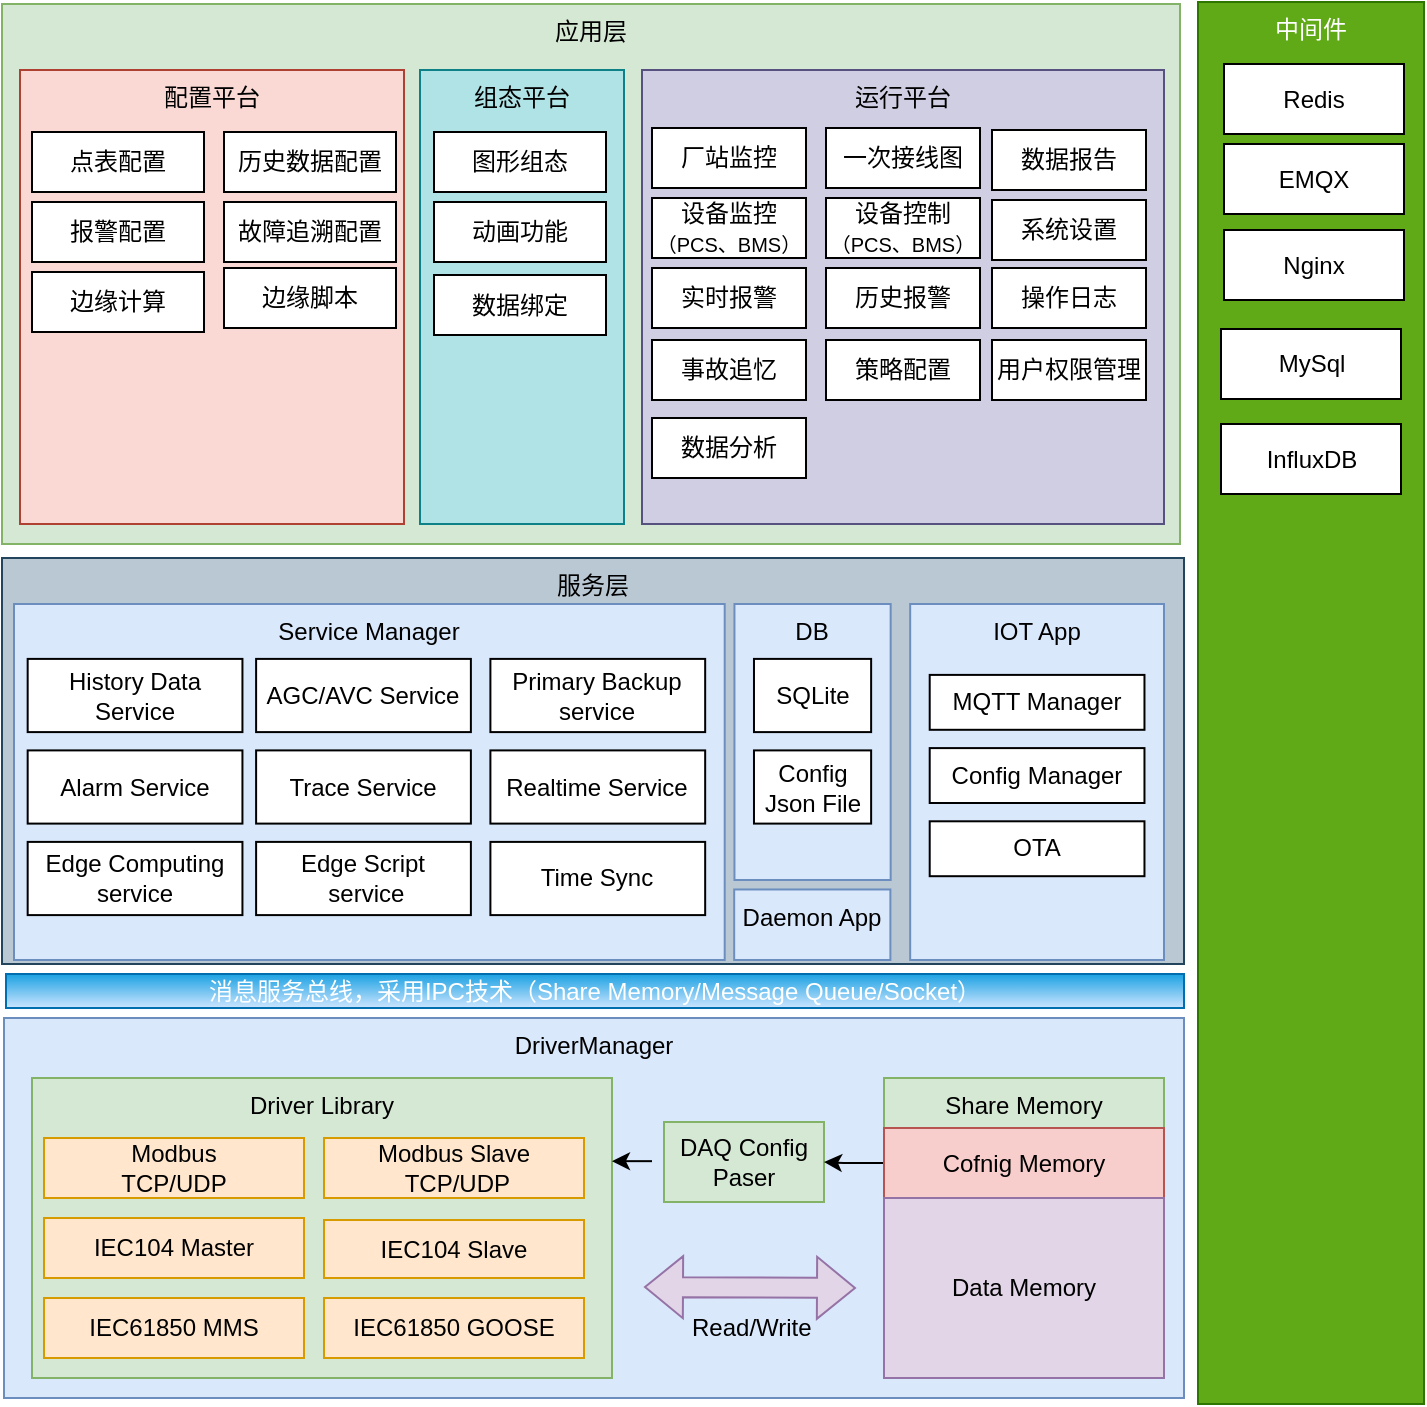
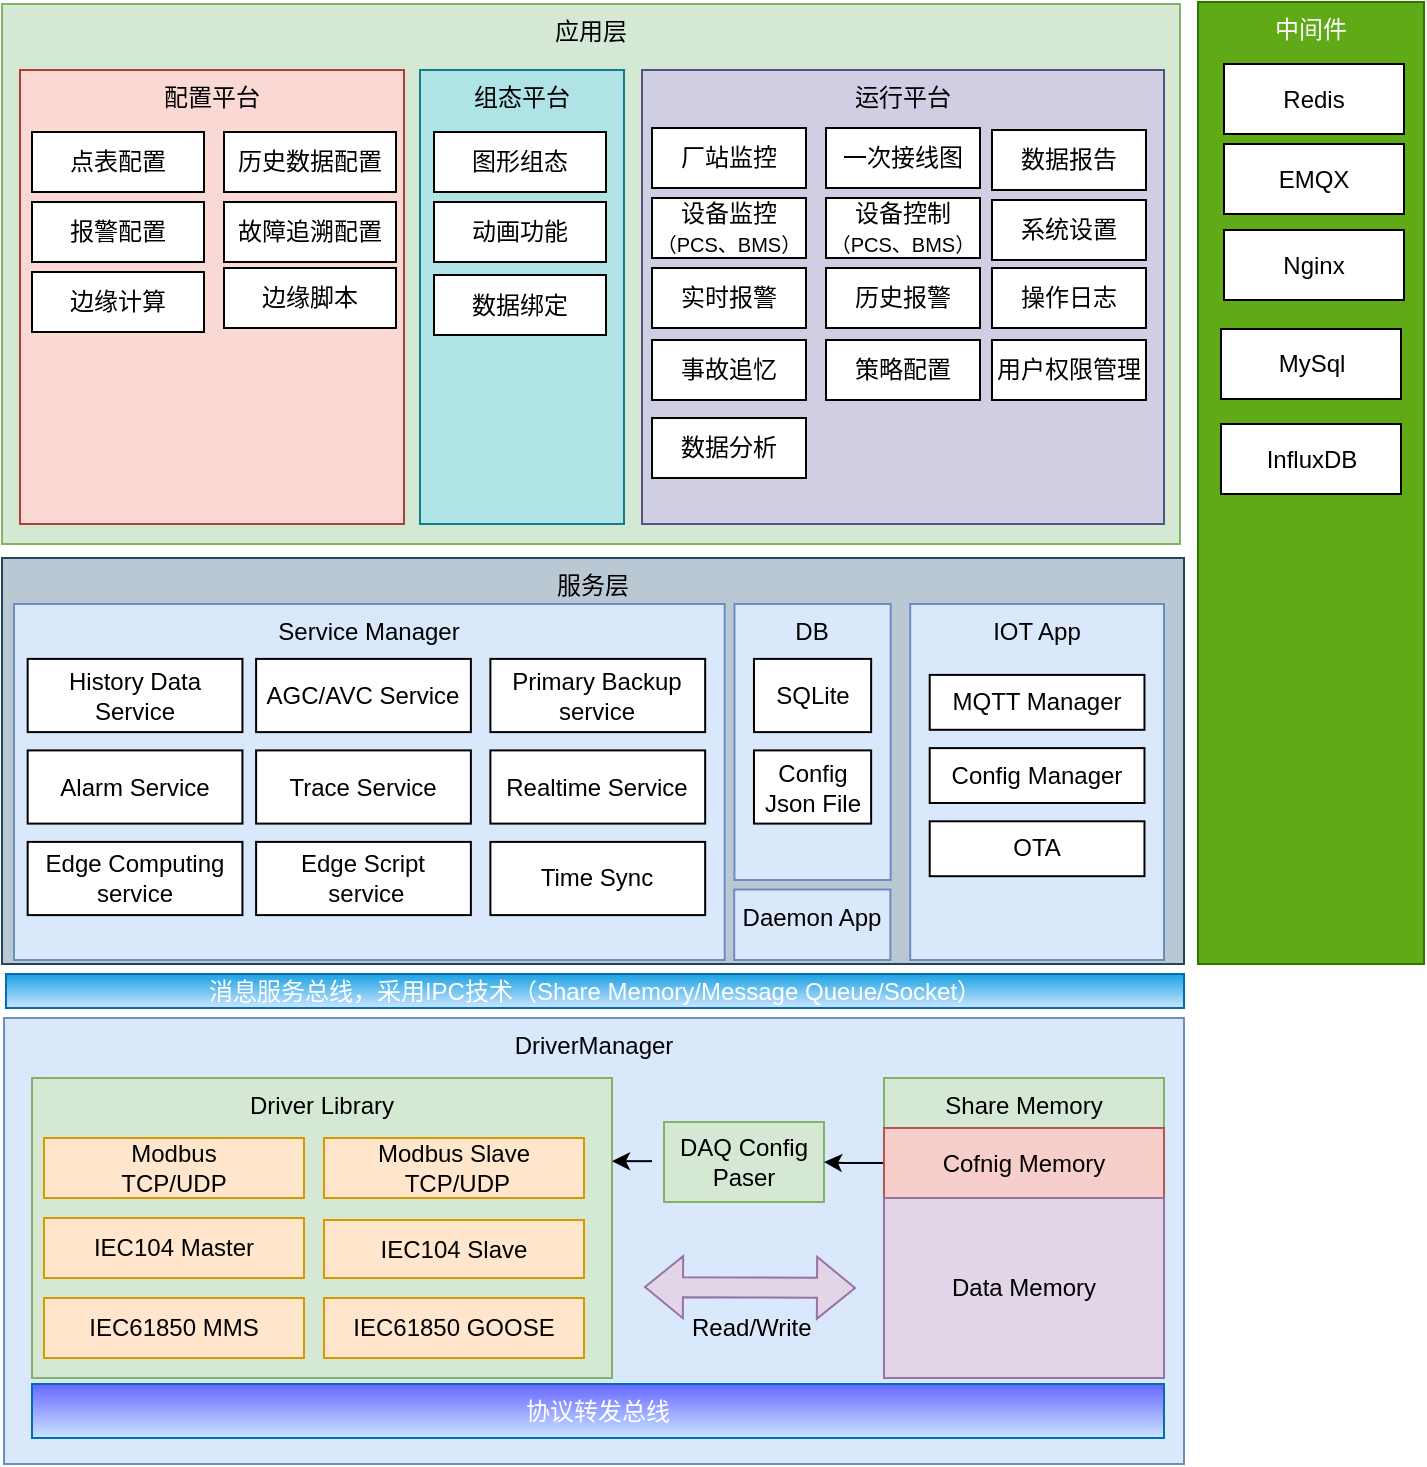
<mxfile host="app.diagrams.net">
  <diagram name="第 1 页" id="cmYdW-KwAcN8iq6mTffT">
-     <mxGraphModel dx="1373" dy="1929" grid="1" gridSize="10" guides="1" tooltips="1" connect="1" arrows="1" fold="1" page="1" pageScale="1" pageWidth="827" pageHeight="1169" background="none" math="0" shadow="0">
+     <mxGraphModel dx="1288" dy="1882" grid="1" gridSize="10" guides="1" tooltips="1" connect="1" arrows="1" fold="1" page="1" pageScale="1" pageWidth="827" pageHeight="1169" background="none" math="0" shadow="0">
      <root>
        <mxCell id="0" />
        <mxCell id="1" parent="0" />
        <mxCell id="tWvuuD-49sGy5XE3C95i-1" parent="1" style="rounded=0;whiteSpace=wrap;html=1;labelPosition=center;verticalLabelPosition=middle;align=center;verticalAlign=top;fillColor=#dae8fc;strokeColor=#6c8ebf;" value="DriverManager" vertex="1">
-           <mxGeometry height="190" width="590" x="110" y="367" as="geometry" />
+           <mxGeometry height="223" width="590" x="110" y="367" as="geometry" />
        </mxCell>
        <mxCell id="tWvuuD-49sGy5XE3C95i-3" parent="1" style="rounded=0;whiteSpace=wrap;html=1;verticalAlign=top;fillColor=#d5e8d4;strokeColor=#82b366;" value="Driver Library" vertex="1">
          <mxGeometry height="150" width="290" x="124" y="397" as="geometry" />
        </mxCell>
        <mxCell id="tWvuuD-49sGy5XE3C95i-4" parent="1" style="rounded=0;whiteSpace=wrap;html=1;align=center;fillColor=#ffe6cc;strokeColor=#d79b00;" value="&lt;div&gt;Modbus&lt;/div&gt;&lt;div&gt;TCP/UDP&lt;/div&gt;" vertex="1">
          <mxGeometry height="30" width="130" x="130" y="427" as="geometry" />
        </mxCell>
        <mxCell id="tWvuuD-49sGy5XE3C95i-6" parent="1" style="rounded=0;whiteSpace=wrap;html=1;fillColor=#ffe6cc;strokeColor=#d79b00;" value="IEC104 Master" vertex="1">
          <mxGeometry height="30" width="130" x="130" y="467" as="geometry" />
        </mxCell>
        <mxCell id="tWvuuD-49sGy5XE3C95i-7" parent="1" style="rounded=0;whiteSpace=wrap;html=1;fillColor=#ffe6cc;strokeColor=#d79b00;" value="IEC104 Slave" vertex="1">
          <mxGeometry height="29" width="130" x="270" y="468" as="geometry" />
        </mxCell>
        <mxCell id="tWvuuD-49sGy5XE3C95i-8" parent="1" style="rounded=0;whiteSpace=wrap;html=1;fillColor=#ffe6cc;strokeColor=#d79b00;" value="&lt;div&gt;Modbus Slave&lt;/div&gt;&lt;div&gt;&amp;nbsp;TCP/UDP&lt;/div&gt;" vertex="1">
          <mxGeometry height="30" width="130" x="270" y="427" as="geometry" />
        </mxCell>
        <mxCell id="tWvuuD-49sGy5XE3C95i-9" parent="1" style="rounded=0;whiteSpace=wrap;html=1;fillColor=#ffe6cc;strokeColor=#d79b00;" value="IEC61850 MMS" vertex="1">
          <mxGeometry height="30" width="130" x="130" y="507" as="geometry" />
        </mxCell>
        <mxCell id="tWvuuD-49sGy5XE3C95i-10" parent="1" style="rounded=0;whiteSpace=wrap;html=1;fillColor=#ffe6cc;strokeColor=#d79b00;" value="IEC61850 GOOSE" vertex="1">
          <mxGeometry height="30" width="130" x="270" y="507" as="geometry" />
        </mxCell>
        <mxCell id="tWvuuD-49sGy5XE3C95i-11" parent="1" style="rounded=0;whiteSpace=wrap;html=1;fillColor=#d5e8d4;strokeColor=#82b366;" value="DAQ Config Paser" vertex="1">
          <mxGeometry height="40" width="80" x="440" y="419" as="geometry" />
        </mxCell>
        <mxCell id="tWvuuD-49sGy5XE3C95i-12" parent="1" style="rounded=0;whiteSpace=wrap;html=1;fillColor=#d5e8d4;strokeColor=#82b366;verticalAlign=top;" value="Share Memory" vertex="1">
          <mxGeometry height="150" width="140" x="550" y="397" as="geometry" />
        </mxCell>
        <mxCell id="tWvuuD-49sGy5XE3C95i-20" edge="1" parent="1" source="tWvuuD-49sGy5XE3C95i-13" style="edgeStyle=orthogonalEdgeStyle;rounded=0;orthogonalLoop=1;jettySize=auto;html=1;" target="tWvuuD-49sGy5XE3C95i-11" value="">
          <mxGeometry relative="1" as="geometry" />
        </mxCell>
        <mxCell id="tWvuuD-49sGy5XE3C95i-13" parent="1" style="rounded=0;whiteSpace=wrap;html=1;fillColor=#f8cecc;strokeColor=#b85450;" value="Cofnig Memory" vertex="1">
          <mxGeometry height="35" width="140" x="550" y="422" as="geometry" />
        </mxCell>
        <mxCell id="tWvuuD-49sGy5XE3C95i-14" parent="1" style="rounded=0;whiteSpace=wrap;html=1;fillColor=#e1d5e7;strokeColor=#9673a6;" value="Data Memory" vertex="1">
          <mxGeometry height="90" width="140" x="550" y="457" as="geometry" />
        </mxCell>
        <mxCell id="tWvuuD-49sGy5XE3C95i-22" edge="1" parent="1" style="shape=flexArrow;endArrow=classic;startArrow=classic;html=1;rounded=0;fillColor=#e1d5e7;strokeColor=#9673a6;" value="">
          <mxGeometry height="100" relative="1" width="100" as="geometry">
            <mxPoint x="430" y="501.5" as="sourcePoint" />
            <mxPoint x="536" y="502" as="targetPoint" />
          </mxGeometry>
        </mxCell>
        <mxCell id="tWvuuD-49sGy5XE3C95i-30" edge="1" parent="1" style="endArrow=classic;html=1;rounded=0;" value="">
          <mxGeometry height="50" relative="1" width="50" as="geometry">
            <mxPoint x="434" y="438.58000000000004" as="sourcePoint" />
            <mxPoint x="414" y="438.58000000000004" as="targetPoint" />
          </mxGeometry>
        </mxCell>
        <mxCell id="tWvuuD-49sGy5XE3C95i-31" parent="1" style="text;strokeColor=none;fillColor=none;align=left;verticalAlign=middle;spacingLeft=4;spacingRight=4;overflow=hidden;points=[[0,0.5],[1,0.5]];portConstraint=eastwest;rotatable=0;whiteSpace=wrap;html=1;" value="Read/Write" vertex="1">
          <mxGeometry height="30" width="70" x="448" y="507" as="geometry" />
        </mxCell>
        <mxCell id="tWvuuD-49sGy5XE3C95i-47" parent="1" style="rounded=0;whiteSpace=wrap;html=1;verticalAlign=top;fillColor=#d5e8d4;strokeColor=#82b366;" value="应用层" vertex="1">
          <mxGeometry height="270" width="589" x="109" y="-140" as="geometry" />
        </mxCell>
        <mxCell id="tWvuuD-49sGy5XE3C95i-48" parent="1" style="rounded=0;whiteSpace=wrap;html=1;verticalAlign=top;fillColor=#fad9d5;strokeColor=#ae4132;" value="配置平台" vertex="1">
          <mxGeometry height="227" width="192" x="118" y="-107" as="geometry" />
        </mxCell>
        <mxCell id="tWvuuD-49sGy5XE3C95i-49" parent="1" style="rounded=0;whiteSpace=wrap;html=1;verticalAlign=top;fillColor=#b0e3e6;strokeColor=#0e8088;" value="组态平台" vertex="1">
          <mxGeometry height="227" width="102" x="318" y="-107" as="geometry" />
        </mxCell>
        <mxCell id="tWvuuD-49sGy5XE3C95i-50" parent="1" style="rounded=0;whiteSpace=wrap;html=1;verticalAlign=top;fillColor=#d0cee2;strokeColor=#56517e;" value="运行平台" vertex="1">
          <mxGeometry height="227" width="261" x="429" y="-107" as="geometry" />
        </mxCell>
        <mxCell id="tWvuuD-49sGy5XE3C95i-51" parent="1" style="rounded=0;whiteSpace=wrap;html=1;" value="点表配置" vertex="1">
          <mxGeometry height="30" width="86" x="124" y="-76" as="geometry" />
        </mxCell>
        <mxCell id="tWvuuD-49sGy5XE3C95i-52" parent="1" style="rounded=0;whiteSpace=wrap;html=1;" value="历史数据配置" vertex="1">
          <mxGeometry height="30" width="86" x="220" y="-76" as="geometry" />
        </mxCell>
        <mxCell id="tWvuuD-49sGy5XE3C95i-53" parent="1" style="rounded=0;whiteSpace=wrap;html=1;" value="报警配置" vertex="1">
          <mxGeometry height="30" width="86" x="124" y="-41" as="geometry" />
        </mxCell>
        <mxCell id="tWvuuD-49sGy5XE3C95i-54" parent="1" style="rounded=0;whiteSpace=wrap;html=1;" value="故障追溯配置" vertex="1">
          <mxGeometry height="30" width="86" x="220" y="-41" as="geometry" />
        </mxCell>
        <mxCell id="tWvuuD-49sGy5XE3C95i-55" parent="1" style="rounded=0;whiteSpace=wrap;html=1;" value="边缘计算" vertex="1">
          <mxGeometry height="30" width="86" x="124" y="-6" as="geometry" />
        </mxCell>
        <mxCell id="tWvuuD-49sGy5XE3C95i-56" parent="1" style="rounded=0;whiteSpace=wrap;html=1;" value="边缘脚本" vertex="1">
          <mxGeometry height="30" width="86" x="220" y="-8" as="geometry" />
        </mxCell>
        <mxCell id="tWvuuD-49sGy5XE3C95i-57" parent="1" style="rounded=0;whiteSpace=wrap;html=1;" value="图形组态" vertex="1">
          <mxGeometry height="30" width="86" x="325" y="-76" as="geometry" />
        </mxCell>
        <mxCell id="tWvuuD-49sGy5XE3C95i-58" parent="1" style="rounded=0;whiteSpace=wrap;html=1;" value="数据绑定" vertex="1">
          <mxGeometry height="30" width="86" x="325" y="-4.5" as="geometry" />
        </mxCell>
        <mxCell id="tWvuuD-49sGy5XE3C95i-59" parent="1" style="rounded=0;whiteSpace=wrap;html=1;" value="动画功能" vertex="1">
          <mxGeometry height="30" width="86" x="325" y="-41" as="geometry" />
        </mxCell>
        <mxCell id="tWvuuD-49sGy5XE3C95i-61" parent="1" style="rounded=0;whiteSpace=wrap;html=1;" value="厂站监控" vertex="1">
          <mxGeometry height="30" width="77" x="434" y="-78" as="geometry" />
        </mxCell>
        <mxCell id="tWvuuD-49sGy5XE3C95i-63" parent="1" style="rounded=0;whiteSpace=wrap;html=1;" value="一次接线图" vertex="1">
          <mxGeometry height="30" width="77" x="521" y="-78" as="geometry" />
        </mxCell>
        <mxCell id="tWvuuD-49sGy5XE3C95i-64" parent="1" style="rounded=0;whiteSpace=wrap;html=1;" value="&lt;div&gt;设备监控&lt;/div&gt;&lt;div&gt;&lt;font style=&quot;font-size: 10px;&quot;&gt;（PCS、BMS）&lt;/font&gt;&lt;/div&gt;" vertex="1">
          <mxGeometry height="30" width="77" x="434" y="-43" as="geometry" />
        </mxCell>
        <mxCell id="tWvuuD-49sGy5XE3C95i-65" parent="1" style="rounded=0;whiteSpace=wrap;html=1;" value="&lt;div&gt;设备控制&lt;/div&gt;&lt;div&gt;&lt;font style=&quot;font-size: 10px;&quot;&gt;（PCS、BMS）&lt;/font&gt;&lt;/div&gt;" vertex="1">
          <mxGeometry height="30" width="77" x="521" y="-43" as="geometry" />
        </mxCell>
        <mxCell id="tWvuuD-49sGy5XE3C95i-66" parent="1" style="rounded=0;whiteSpace=wrap;html=1;" value="&lt;div&gt;实时报警&lt;/div&gt;" vertex="1">
          <mxGeometry height="30" width="77" x="434" y="-8" as="geometry" />
        </mxCell>
        <mxCell id="tWvuuD-49sGy5XE3C95i-67" parent="1" style="rounded=0;whiteSpace=wrap;html=1;" value="&lt;div&gt;历史报警&lt;/div&gt;" vertex="1">
          <mxGeometry height="30" width="77" x="521" y="-8" as="geometry" />
        </mxCell>
        <mxCell id="tWvuuD-49sGy5XE3C95i-68" parent="1" style="rounded=0;whiteSpace=wrap;html=1;" value="事故追忆" vertex="1">
          <mxGeometry height="30" width="77" x="434" y="28" as="geometry" />
        </mxCell>
        <mxCell id="tWvuuD-49sGy5XE3C95i-69" parent="1" style="rounded=0;whiteSpace=wrap;html=1;" value="策略配置" vertex="1">
          <mxGeometry height="30" width="77" x="521" y="28" as="geometry" />
        </mxCell>
        <mxCell id="tWvuuD-49sGy5XE3C95i-70" parent="1" style="rounded=0;whiteSpace=wrap;html=1;fillColor=#1ba1e2;strokeColor=#006EAF;fontColor=#ffffff;fillStyle=solid;gradientColor=#CCE5FF;" value="消息服务总线，采用IPC技术（Share Memory/Message Queue/Socket）" vertex="1">
          <mxGeometry height="17" width="589" x="111" y="345" as="geometry" />
        </mxCell>
        <mxCell id="tWvuuD-49sGy5XE3C95i-73" parent="1" style="rounded=0;whiteSpace=wrap;html=1;verticalAlign=top;fillColor=#60a917;fontColor=#ffffff;strokeColor=#2D7600;" value="中间件" vertex="1">
-           <mxGeometry height="701" width="113" x="707" y="-141" as="geometry" />
+           <mxGeometry height="481" width="113" x="707" y="-141" as="geometry" />
        </mxCell>
        <mxCell id="tWvuuD-49sGy5XE3C95i-74" parent="1" style="rounded=0;whiteSpace=wrap;html=1;" value="Redis" vertex="1">
          <mxGeometry height="35" width="90" x="720" y="-110" as="geometry" />
        </mxCell>
        <mxCell id="tWvuuD-49sGy5XE3C95i-75" parent="1" style="rounded=0;whiteSpace=wrap;html=1;" value="EMQX" vertex="1">
          <mxGeometry height="35" width="90" x="720" y="-70" as="geometry" />
        </mxCell>
        <mxCell id="tWvuuD-49sGy5XE3C95i-76" parent="1" style="rounded=0;whiteSpace=wrap;html=1;" value="Nginx" vertex="1">
          <mxGeometry height="35" width="90" x="720" y="-27" as="geometry" />
        </mxCell>
        <mxCell id="tWvuuD-49sGy5XE3C95i-77" parent="1" style="rounded=0;whiteSpace=wrap;html=1;" value="MySql" vertex="1">
          <mxGeometry height="35" width="90" x="718.5" y="22.5" as="geometry" />
        </mxCell>
        <mxCell id="tWvuuD-49sGy5XE3C95i-78" parent="1" style="rounded=0;whiteSpace=wrap;html=1;" value="InfluxDB" vertex="1">
          <mxGeometry height="35" width="90" x="718.5" y="70" as="geometry" />
        </mxCell>
        <mxCell id="tWvuuD-49sGy5XE3C95i-83" parent="1" style="rounded=0;whiteSpace=wrap;html=1;" value="操作日志" vertex="1">
          <mxGeometry height="30" width="77" x="604" y="-8" as="geometry" />
        </mxCell>
        <mxCell id="tWvuuD-49sGy5XE3C95i-84" parent="1" style="rounded=0;whiteSpace=wrap;html=1;" value="用户权限管理" vertex="1">
          <mxGeometry height="30" width="77" x="604" y="28" as="geometry" />
        </mxCell>
        <mxCell id="tWvuuD-49sGy5XE3C95i-85" parent="1" style="rounded=0;whiteSpace=wrap;html=1;" value="数据报告" vertex="1">
          <mxGeometry height="30" width="77" x="604" y="-77" as="geometry" />
        </mxCell>
        <mxCell id="tWvuuD-49sGy5XE3C95i-86" parent="1" style="rounded=0;whiteSpace=wrap;html=1;" value="系统设置" vertex="1">
          <mxGeometry height="30" width="77" x="604" y="-42" as="geometry" />
        </mxCell>
        <mxCell id="tWvuuD-49sGy5XE3C95i-88" parent="1" style="rounded=0;whiteSpace=wrap;html=1;" value="数据分析" vertex="1">
          <mxGeometry height="30" width="77" x="434" y="67" as="geometry" />
        </mxCell>
        <mxCell id="tWvuuD-49sGy5XE3C95i-89" parent="1" style="rounded=0;whiteSpace=wrap;html=1;verticalAlign=top;fillColor=#bac8d3;strokeColor=#23445d;" value="服务层" vertex="1">
          <mxGeometry height="203" width="591" x="109" y="137" as="geometry" />
        </mxCell>
        <mxCell id="tWvuuD-49sGy5XE3C95i-32" parent="1" style="rounded=0;whiteSpace=wrap;html=1;labelPosition=center;verticalLabelPosition=middle;align=center;verticalAlign=top;fillColor=#dae8fc;strokeColor=#6c8ebf;" value="Service Manager" vertex="1">
          <mxGeometry height="178" width="355.35" x="115" y="160" as="geometry" />
        </mxCell>
        <mxCell id="tWvuuD-49sGy5XE3C95i-33" parent="1" style="rounded=0;whiteSpace=wrap;html=1;" value="History Data Service" vertex="1">
          <mxGeometry height="36.6" width="107.38539898132426" x="121.83361629881155" y="187.45" as="geometry" />
        </mxCell>
        <mxCell id="tWvuuD-49sGy5XE3C95i-34" parent="1" style="rounded=0;whiteSpace=wrap;html=1;" value="Alarm Service" vertex="1">
          <mxGeometry height="36.6" width="107.38539898132426" x="121.83361629881155" y="233.2" as="geometry" />
        </mxCell>
        <mxCell id="tWvuuD-49sGy5XE3C95i-35" parent="1" style="rounded=0;whiteSpace=wrap;html=1;" value="Edge Computing service" vertex="1">
          <mxGeometry height="36.6" width="107.38539898132426" x="121.83361629881155" y="278.95" as="geometry" />
        </mxCell>
        <mxCell id="tWvuuD-49sGy5XE3C95i-36" parent="1" style="rounded=0;whiteSpace=wrap;html=1;" value="AGC/AVC Service" vertex="1">
          <mxGeometry height="36.6" width="107.38539898132426" x="236.05263157894734" y="187.45" as="geometry" />
        </mxCell>
        <mxCell id="tWvuuD-49sGy5XE3C95i-37" parent="1" style="rounded=0;whiteSpace=wrap;html=1;" value="Trace Service" vertex="1">
          <mxGeometry height="36.6" width="107.38539898132426" x="236.05263157894734" y="233.2" as="geometry" />
        </mxCell>
        <mxCell id="tWvuuD-49sGy5XE3C95i-38" parent="1" style="rounded=0;whiteSpace=wrap;html=1;" value="&lt;div&gt;Edge Script&lt;/div&gt;&lt;div&gt;&amp;nbsp;service&lt;/div&gt;" vertex="1">
          <mxGeometry height="36.6" width="107.38539898132426" x="236.05263157894734" y="278.95" as="geometry" />
        </mxCell>
        <mxCell id="tWvuuD-49sGy5XE3C95i-39" parent="1" style="rounded=0;whiteSpace=wrap;html=1;" value="Primary Backup service" vertex="1">
          <mxGeometry height="36.6" width="107.38539898132426" x="353.2003395585738" y="187.45" as="geometry" />
        </mxCell>
        <mxCell id="tWvuuD-49sGy5XE3C95i-40" parent="1" style="rounded=0;whiteSpace=wrap;html=1;labelPosition=center;verticalLabelPosition=middle;align=center;verticalAlign=top;fillColor=#dae8fc;strokeColor=#6c8ebf;" value="IOT App" vertex="1">
          <mxGeometry height="178" width="126.91" x="563.09" y="160" as="geometry" />
        </mxCell>
        <mxCell id="tWvuuD-49sGy5XE3C95i-41" parent="1" style="rounded=0;whiteSpace=wrap;html=1;" value="MQTT Manager" vertex="1">
          <mxGeometry height="27.45" width="107.38539898132426" x="572.8522920203734" y="195.45" as="geometry" />
        </mxCell>
        <mxCell id="tWvuuD-49sGy5XE3C95i-42" parent="1" style="rounded=0;whiteSpace=wrap;html=1;" value="Config Manager" vertex="1">
          <mxGeometry height="27.45" width="107.38539898132426" x="572.8522920203734" y="232.05" as="geometry" />
        </mxCell>
        <mxCell id="tWvuuD-49sGy5XE3C95i-43" parent="1" style="rounded=0;whiteSpace=wrap;html=1;" value="Realtime Service" vertex="1">
          <mxGeometry height="36.6" width="107.38539898132426" x="353.2003395585738" y="233.2" as="geometry" />
        </mxCell>
        <mxCell id="tWvuuD-49sGy5XE3C95i-44" parent="1" style="rounded=0;whiteSpace=wrap;html=1;labelPosition=center;verticalLabelPosition=middle;align=center;verticalAlign=top;fillColor=#dae8fc;strokeColor=#6c8ebf;" value="DB" vertex="1">
          <mxGeometry height="138" width="78.1" x="475.23" y="160" as="geometry" />
        </mxCell>
        <mxCell id="tWvuuD-49sGy5XE3C95i-45" parent="1" style="rounded=0;whiteSpace=wrap;html=1;" value="SQLite" vertex="1">
          <mxGeometry height="36.6" width="58.57385398981324" x="484.9915110356536" y="187.45" as="geometry" />
        </mxCell>
        <mxCell id="tWvuuD-49sGy5XE3C95i-46" parent="1" style="rounded=0;whiteSpace=wrap;html=1;" value="&lt;div&gt;Config&lt;/div&gt;&lt;div&gt;Json File&lt;/div&gt;" vertex="1">
          <mxGeometry height="36.6" width="58.57385398981324" x="484.9915110356536" y="233.2" as="geometry" />
        </mxCell>
        <mxCell id="tWvuuD-49sGy5XE3C95i-79" parent="1" style="rounded=0;whiteSpace=wrap;html=1;" value="OTA" vertex="1">
          <mxGeometry height="27.45" width="107.38539898132426" x="572.8522920203734" y="268.65" as="geometry" />
        </mxCell>
        <mxCell id="tWvuuD-49sGy5XE3C95i-80" parent="1" style="rounded=0;whiteSpace=wrap;html=1;labelPosition=center;verticalLabelPosition=middle;align=center;verticalAlign=top;fillColor=#dae8fc;strokeColor=#6c8ebf;" value="Daemon App" vertex="1">
          <mxGeometry height="35.26" width="78.1" x="475.09" y="302.74" as="geometry" />
        </mxCell>
        <mxCell id="tWvuuD-49sGy5XE3C95i-81" parent="1" style="rounded=0;whiteSpace=wrap;html=1;" value="Time Sync" vertex="1">
          <mxGeometry height="36.6" width="107.38539898132426" x="353.2003395585738" y="278.95" as="geometry" />
+         </mxCell>
+         <mxCell id="aoO8w_xtNYREDllr1Nt--1" parent="1" style="rounded=0;whiteSpace=wrap;html=1;fillColor=#6666FF;strokeColor=#006EAF;fontColor=#ffffff;fillStyle=solid;gradientColor=#CCE5FF;" value="协议转发总线" vertex="1">
+           <mxGeometry height="27" width="566" x="124" y="550" as="geometry" />
        </mxCell>
      </root>
    </mxGraphModel>
  </diagram>
</mxfile>
